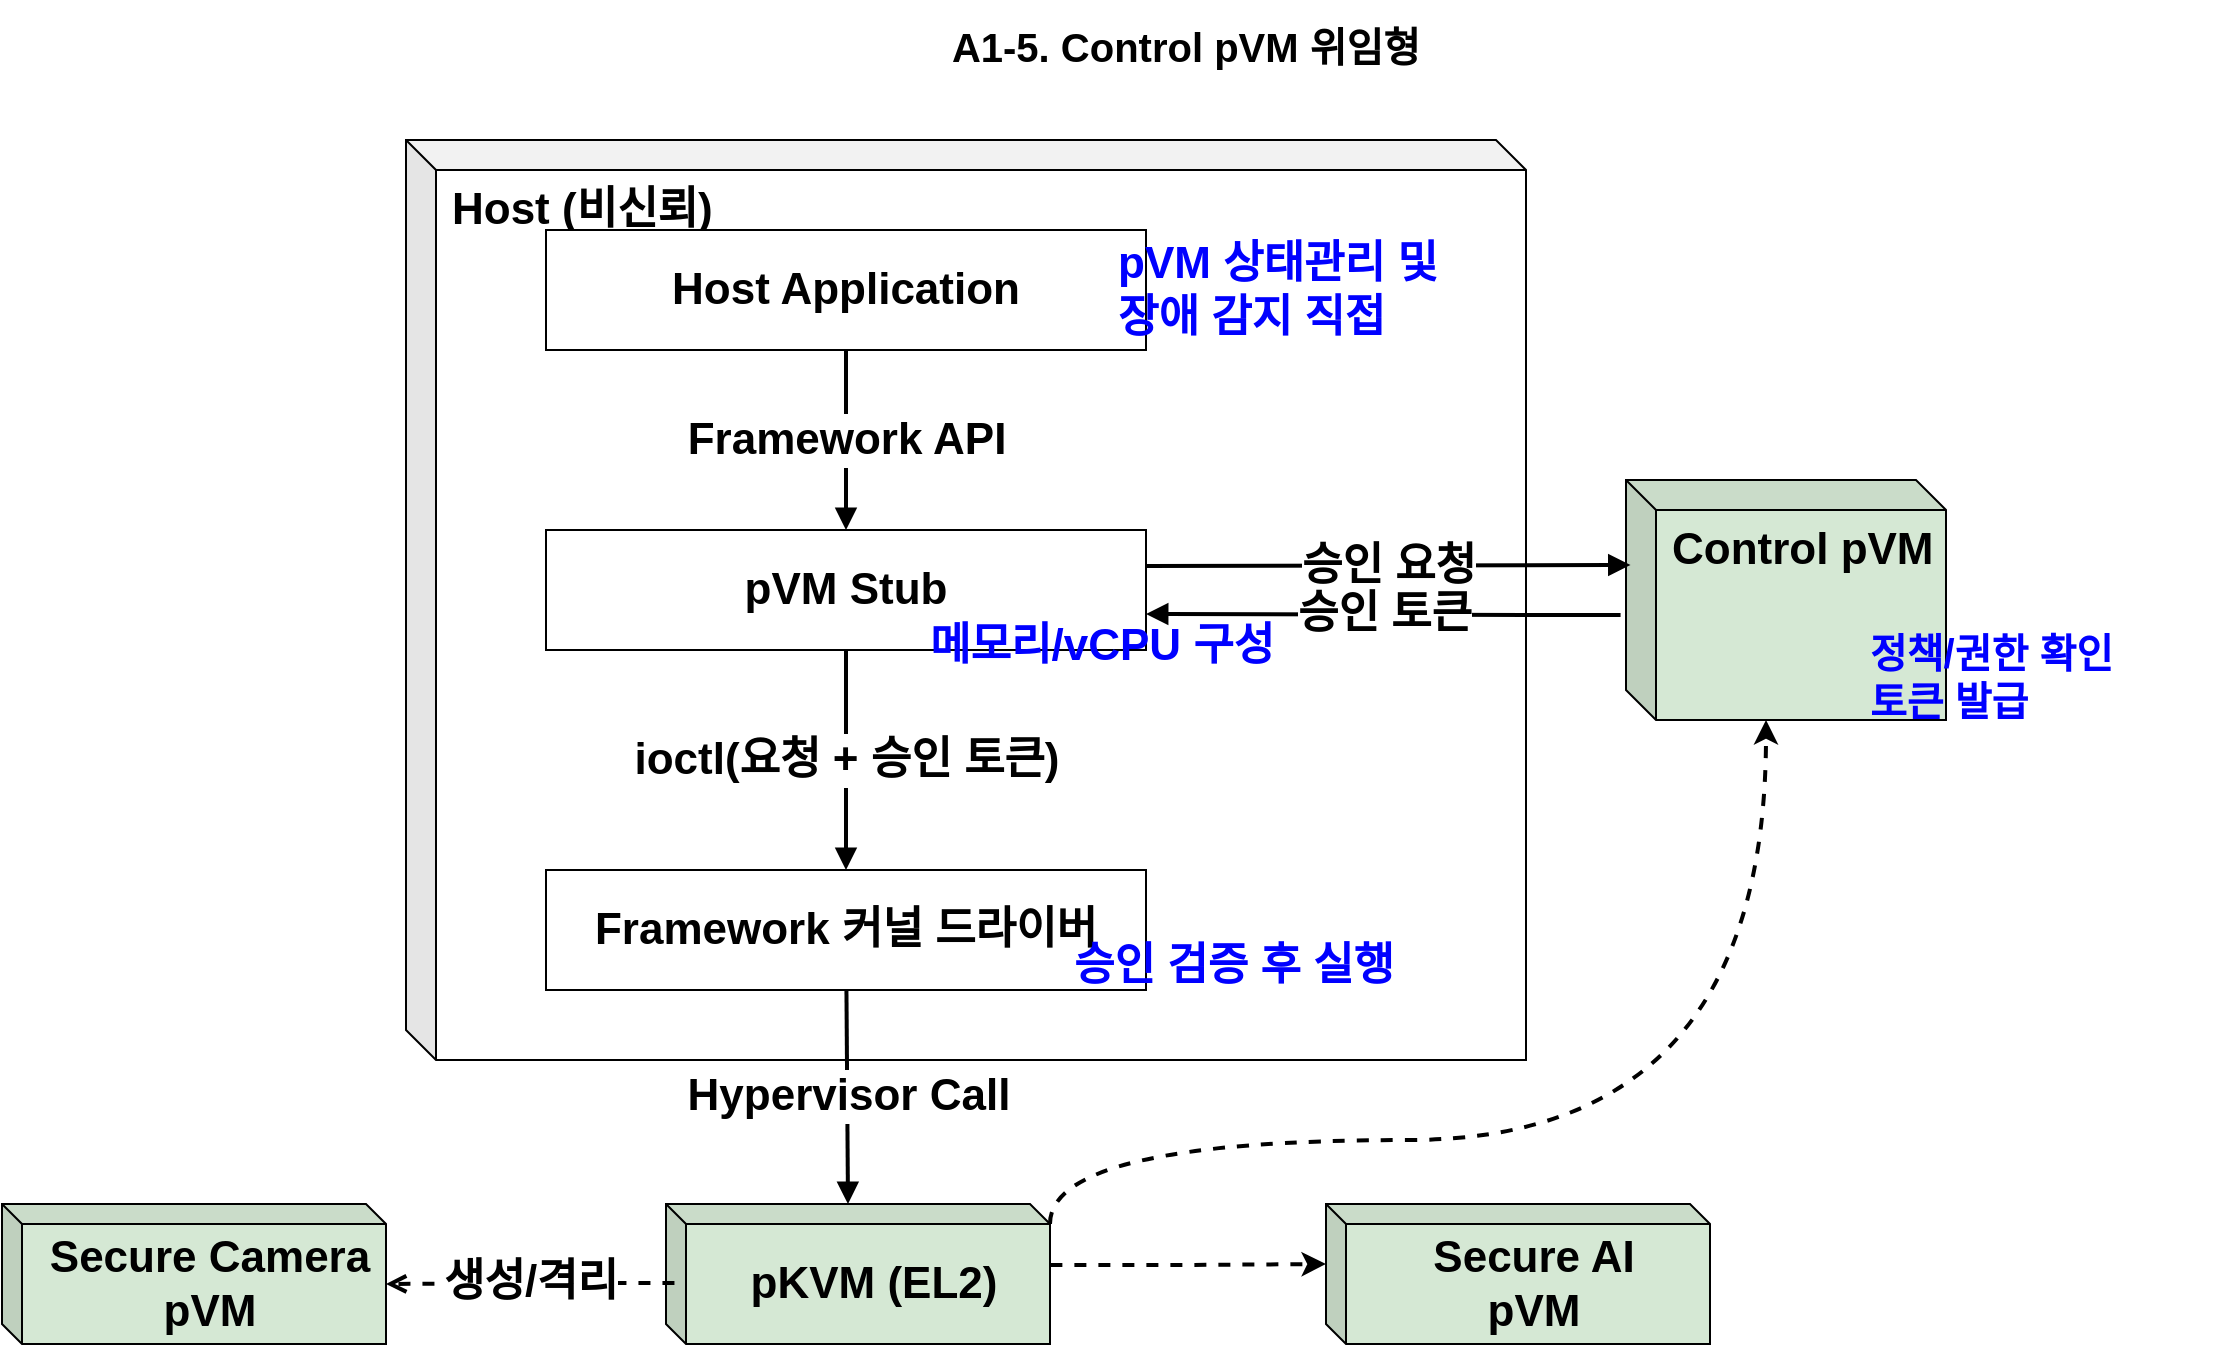
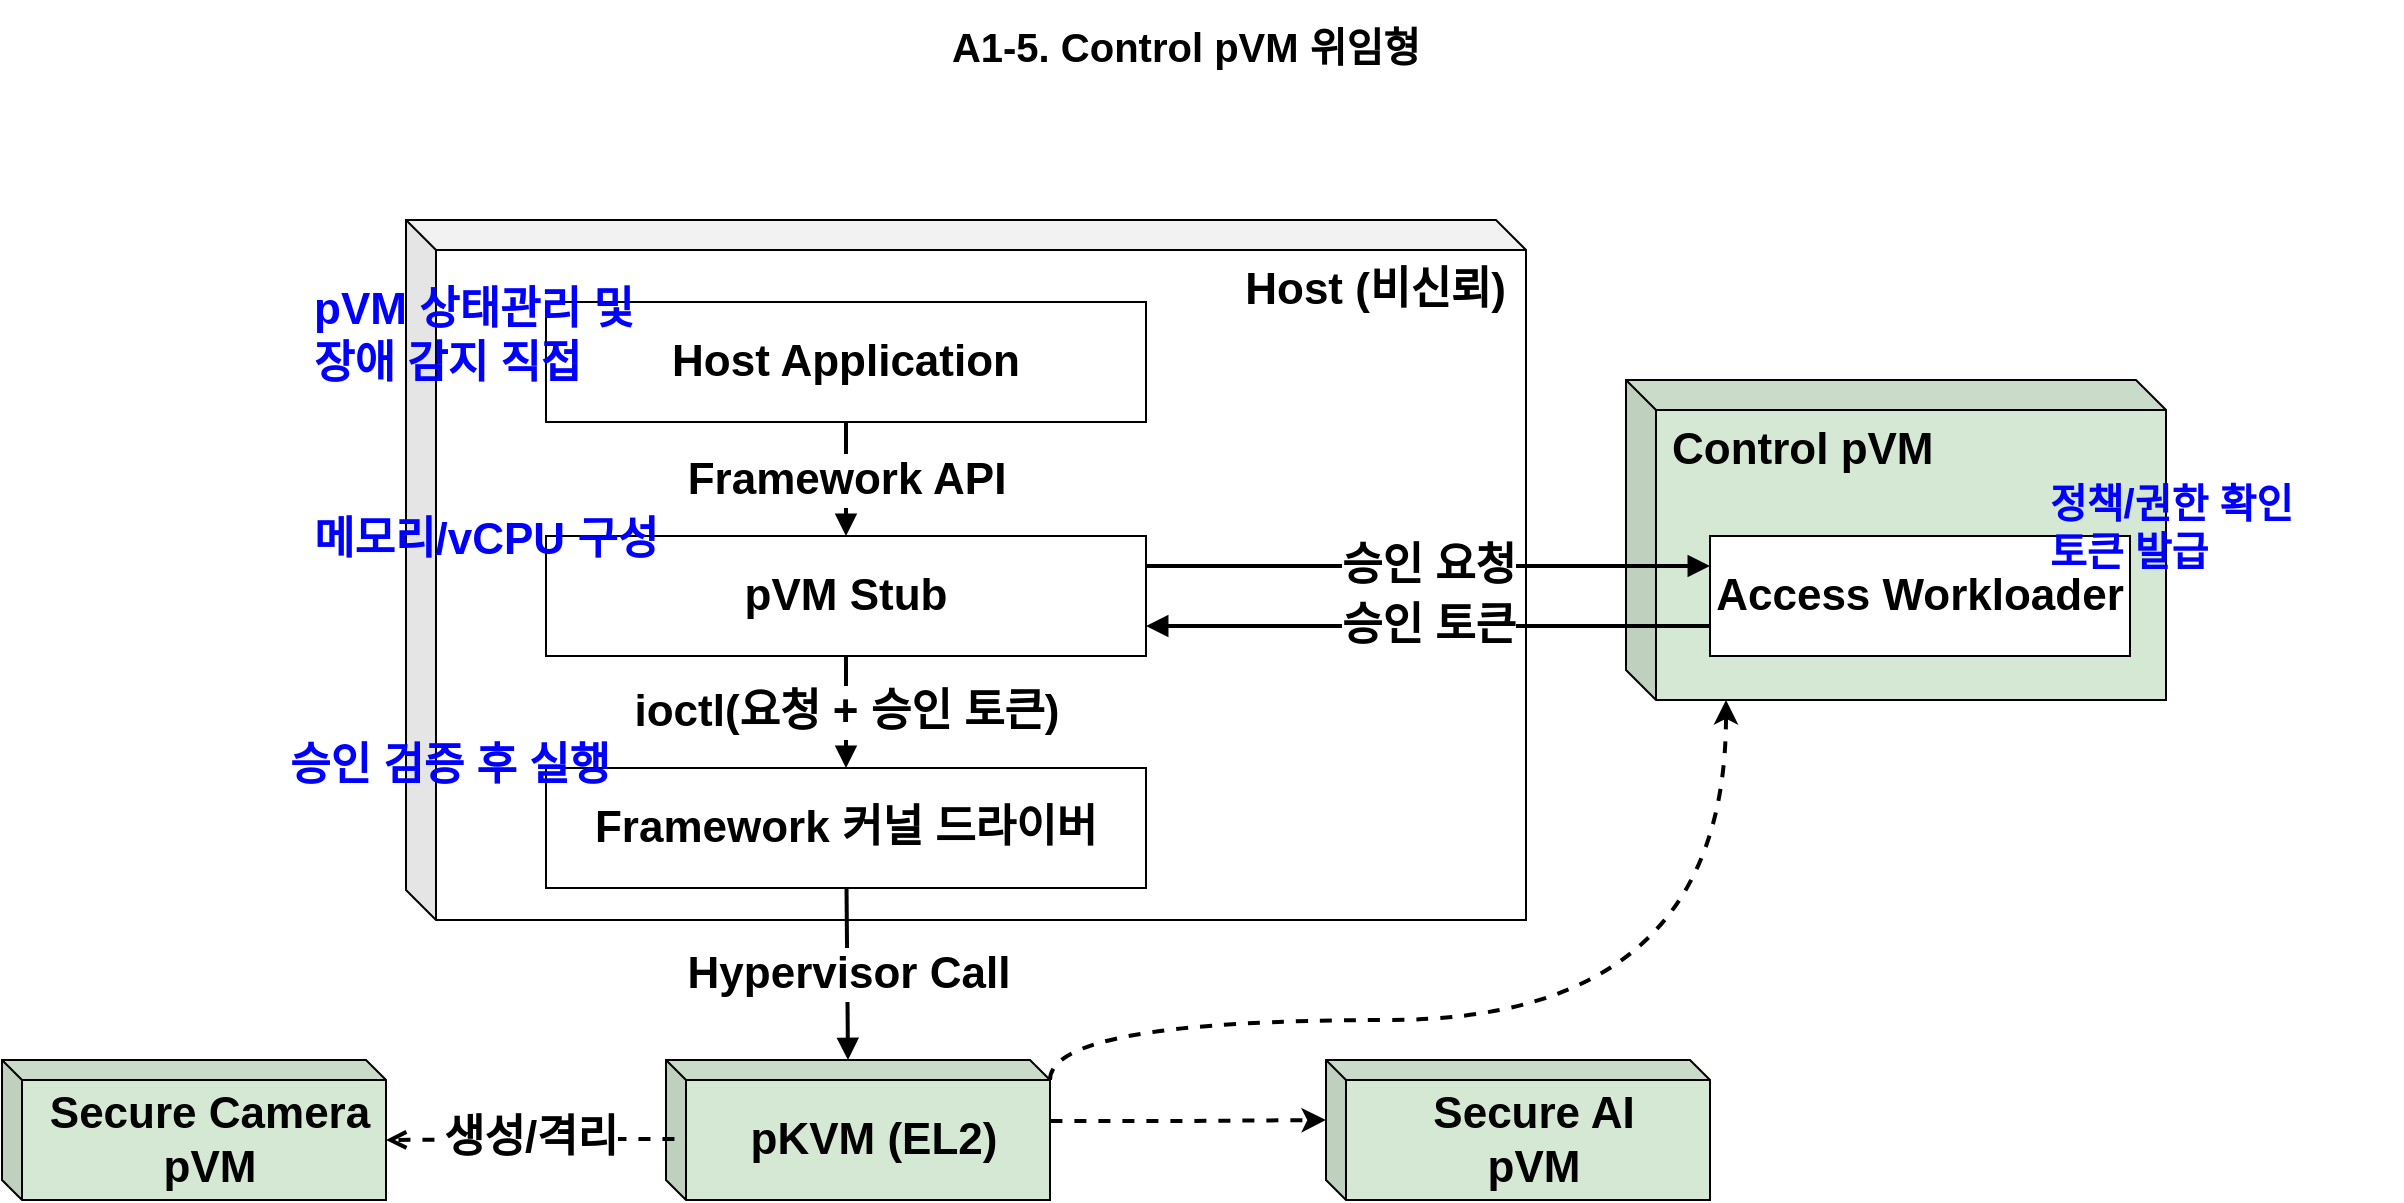
<mxfile host="Electron" agent="Claude">
  <diagram id="a1-5-control-pvm-delegated" name="A1-5">
-     <mxGraphModel dx="1529" dy="835" grid="1" gridSize="10" guides="1" tooltips="1" connect="1" arrows="1" fold="1" page="1" pageScale="1" pageWidth="1400" pageHeight="760" math="0" shadow="0">
+     <mxGraphModel dx="1765" dy="963" grid="1" gridSize="10" guides="1" tooltips="1" connect="1" arrows="1" fold="1" page="1" pageScale="1" pageWidth="1400" pageHeight="760" math="0" shadow="0">
      <root>
        <mxCell id="0" />
        <mxCell id="1" parent="0" />
        <mxCell id="Ye7JKqBr-37vAc1fCnnb-8" parent="1" style="shape=cube;whiteSpace=wrap;html=1;boundedLbl=1;backgroundOutline=1;darkOpacity=0.05;darkOpacity2=0.1;fontSize=22;fontStyle=1;verticalAlign=top;align=left;spacingLeft=6;size=15;fillColor=#d5e8d4;strokeColor=#000000;" value="&lt;span style=&quot;text-align: center;&quot;&gt;Control pVM&lt;/span&gt;" vertex="1">
-           <mxGeometry height="120" width="160" x="920" y="250" as="geometry" />
+           <mxGeometry height="160" width="270" x="920" y="200" as="geometry" />
        </mxCell>
-         <mxCell id="Ye7JKqBr-37vAc1fCnnb-2" parent="1" style="shape=cube;whiteSpace=wrap;html=1;boundedLbl=1;backgroundOutline=1;darkOpacity=0.05;darkOpacity2=0.1;fontSize=22;fontStyle=1;verticalAlign=top;align=left;spacingLeft=6;size=15;" value="Host (비신뢰)" vertex="1">
-           <mxGeometry height="460" width="560" x="310" y="80" as="geometry" />
+         <mxCell id="Ye7JKqBr-37vAc1fCnnb-2" parent="1" style="shape=cube;whiteSpace=wrap;html=1;boundedLbl=1;backgroundOutline=1;darkOpacity=0.05;darkOpacity2=0.1;fontSize=22;fontStyle=1;verticalAlign=top;align=right;spacingLeft=6;size=15;spacingRight=8;" value="Host (비신뢰)" vertex="1">
+           <mxGeometry height="350" width="560" x="310" y="120" as="geometry" />
        </mxCell>
        <mxCell id="title" parent="1" style="text;html=1;align=center;verticalAlign=middle;whiteSpace=wrap;rounded=0;fontSize=20;fontStyle=1" value="A1-5. Control pVM&amp;nbsp;위임형" vertex="1">
          <mxGeometry height="46" width="720" x="340" y="10" as="geometry" />
        </mxCell>
-         <mxCell id="e-stb-ctl" edge="1" parent="1" source="stb" style="endArrow=block;html=1;rounded=0;strokeWidth=2;exitX=1;exitY=0.3;exitDx=0;exitDy=0;fontSize=22;fontStyle=1;entryX=0.014;entryY=0.354;entryDx=0;entryDy=0;entryPerimeter=0;" target="Ye7JKqBr-37vAc1fCnnb-8" value="승인 요청">
+         <mxCell id="e-stb-ctl" edge="1" parent="1" source="stb" style="endArrow=block;html=1;rounded=0;strokeWidth=2;exitX=1;exitY=0.25;exitDx=0;exitDy=0;fontSize=22;fontStyle=1;entryX=0;entryY=0.25;entryDx=0;entryDy=0;" target="OSpBi8t2q2F988dYmPY--1" value="승인 요청">
          <mxGeometry relative="1" as="geometry" />
        </mxCell>
-         <mxCell id="e-ctl-stb" edge="1" parent="1" source="Ye7JKqBr-37vAc1fCnnb-8" style="endArrow=block;html=1;rounded=0;strokeWidth=2;exitX=-0.017;exitY=0.563;exitDx=0;exitDy=0;entryX=1;entryY=0.7;entryDx=0;entryDy=0;fontSize=22;fontStyle=1;exitPerimeter=0;" target="stb" value="승인 토큰">
+         <mxCell id="e-ctl-stb" edge="1" parent="1" source="OSpBi8t2q2F988dYmPY--1" style="endArrow=block;html=1;rounded=0;strokeWidth=2;exitX=0;exitY=0.75;exitDx=0;exitDy=0;entryX=1;entryY=0.75;entryDx=0;entryDy=0;fontSize=22;fontStyle=1;" target="stb" value="승인 토큰">
          <mxGeometry relative="1" as="geometry" />
        </mxCell>
        <mxCell id="e-drv-hv" edge="1" parent="1" source="drv" style="endArrow=block;html=1;rounded=0;strokeWidth=2;entryX=0;entryY=0;entryDx=91.00000000000001;entryDy=0;fontSize=22;entryPerimeter=0;fontStyle=1" target="Ye7JKqBr-37vAc1fCnnb-3" value="Hypervisor Call">
          <mxGeometry relative="1" as="geometry" />
        </mxCell>
        <mxCell id="app" parent="1" style="rounded=0;whiteSpace=wrap;html=1;fontSize=22;fontStyle=1" value="Host Application" vertex="1">
-           <mxGeometry height="60" width="300" x="380" y="125" as="geometry" />
+           <mxGeometry height="60" width="300" x="380" y="161" as="geometry" />
        </mxCell>
        <mxCell id="stb" parent="1" style="rounded=0;whiteSpace=wrap;html=1;fontSize=22;fontStyle=1" value="pVM Stub" vertex="1">
-           <mxGeometry height="60" width="300" x="380" y="275" as="geometry" />
+           <mxGeometry height="60" width="300" x="380" y="278" as="geometry" />
        </mxCell>
        <mxCell id="drv" parent="1" style="rounded=0;whiteSpace=wrap;html=1;fontSize=22;fontStyle=1" value="Framework 커널 드라이버" vertex="1">
-           <mxGeometry height="60" width="300" x="380" y="445" as="geometry" />
+           <mxGeometry height="60" width="300" x="380" y="394" as="geometry" />
        </mxCell>
        <mxCell id="e-app-stb" edge="1" parent="1" source="app" style="endArrow=block;html=1;rounded=0;strokeWidth=2;exitX=0.5;exitY=1;exitDx=0;exitDy=0;entryX=0.5;entryY=0;entryDx=0;entryDy=0;fontSize=22;fontStyle=1" target="stb" value="Framework API">
          <mxGeometry relative="1" as="geometry" />
        </mxCell>
        <mxCell id="e-stb-drv" edge="1" parent="1" source="stb" style="endArrow=block;html=1;rounded=0;strokeWidth=2;exitX=0.5;exitY=1;exitDx=0;exitDy=0;entryX=0.5;entryY=0;entryDx=0;entryDy=0;fontSize=22;fontStyle=1" target="drv" value="ioctl(요청 + 승인 토큰)">
          <mxGeometry relative="1" as="geometry" />
        </mxCell>
        <mxCell id="PK_bqP58mCpaWw2dbHiG-1" edge="1" parent="1" source="Ye7JKqBr-37vAc1fCnnb-3" style="edgeStyle=orthogonalEdgeStyle;rounded=0;orthogonalLoop=1;jettySize=auto;html=1;dashed=1;exitX=0;exitY=0;exitDx=192;exitDy=10;exitPerimeter=0;strokeColor=default;strokeWidth=2;align=center;verticalAlign=middle;fontFamily=Helvetica;fontSize=22;fontColor=default;fontStyle=1;labelBackgroundColor=default;endArrow=classic;curved=1;endFill=1;" target="Ye7JKqBr-37vAc1fCnnb-8">
          <mxGeometry relative="1" as="geometry">
            <Array as="points">
-               <mxPoint x="632" y="580" />
-               <mxPoint x="990" y="580" />
+               <mxPoint x="632" y="520" />
+               <mxPoint x="970" y="520" />
            </Array>
          </mxGeometry>
        </mxCell>
        <mxCell id="Ye7JKqBr-37vAc1fCnnb-3" parent="1" style="shape=cube;whiteSpace=wrap;html=1;boundedLbl=1;backgroundOutline=1;darkOpacity=0.05;darkOpacity2=0.1;fontSize=22;fontStyle=1;verticalAlign=middle;align=center;spacingLeft=6;size=10;fillColor=#d5e8d4;strokeColor=#000000;" value="pKVM (EL2)" vertex="1">
-           <mxGeometry height="70" width="192" x="440" y="612" as="geometry" />
+           <mxGeometry height="70" width="192" x="440" y="540" as="geometry" />
        </mxCell>
        <mxCell id="Ye7JKqBr-37vAc1fCnnb-4" edge="1" parent="1" source="Ye7JKqBr-37vAc1fCnnb-3" style="endArrow=open;html=1;rounded=0;dashed=1;strokeWidth=2;exitX=0.022;exitY=0.564;exitDx=0;exitDy=0;entryX=0;entryY=0;entryDx=192.00000000000003;entryDy=40;fontSize=22;fontStyle=1;entryPerimeter=0;edgeStyle=orthogonalEdgeStyle;exitPerimeter=0;labelBackgroundColor=default;" target="Ye7JKqBr-37vAc1fCnnb-6" value="&lt;span style=&quot;color: rgb(0, 0, 0); font-family: Helvetica; font-style: normal; font-variant-ligatures: normal; font-variant-caps: normal; letter-spacing: normal; orphans: 2; text-align: center; text-indent: 0px; text-transform: none; widows: 2; word-spacing: 0px; -webkit-text-stroke-width: 0px; white-space: nowrap; text-decoration-thickness: initial; text-decoration-style: initial; text-decoration-color: initial; float: none; display: inline !important;&quot;&gt;생성/격리&lt;/span&gt;">
          <mxGeometry relative="1" as="geometry" />
        </mxCell>
        <mxCell id="Ye7JKqBr-37vAc1fCnnb-5" edge="1" parent="1" source="Ye7JKqBr-37vAc1fCnnb-3" style="endArrow=classic;html=1;rounded=0;dashed=1;strokeWidth=2;exitX=1.001;exitY=0.436;exitDx=0;exitDy=0;entryX=0;entryY=0;entryDx=0;entryDy=30;fontSize=22;fontStyle=1;entryPerimeter=0;edgeStyle=orthogonalEdgeStyle;exitPerimeter=0;endFill=1;" target="Ye7JKqBr-37vAc1fCnnb-7" value="">
          <mxGeometry relative="1" as="geometry" />
        </mxCell>
        <mxCell id="Ye7JKqBr-37vAc1fCnnb-6" parent="1" style="shape=cube;whiteSpace=wrap;html=1;boundedLbl=1;backgroundOutline=1;darkOpacity=0.05;darkOpacity2=0.1;fontSize=22;fontStyle=1;verticalAlign=middle;align=center;spacingLeft=6;size=10;fillColor=#d5e8d4;strokeColor=#000000;" value="Secure Camera&lt;div&gt;pVM&lt;/div&gt;" vertex="1">
-           <mxGeometry height="70" width="192" x="108" y="612" as="geometry" />
+           <mxGeometry height="70" width="192" x="108" y="540" as="geometry" />
        </mxCell>
        <mxCell id="Ye7JKqBr-37vAc1fCnnb-7" parent="1" style="shape=cube;whiteSpace=wrap;html=1;boundedLbl=1;backgroundOutline=1;darkOpacity=0.05;darkOpacity2=0.1;fontSize=22;fontStyle=1;verticalAlign=middle;align=center;spacingLeft=6;size=10;fillColor=#d5e8d4;strokeColor=#000000;" value="Secure AI&lt;div&gt;pVM&lt;/div&gt;" vertex="1">
-           <mxGeometry height="70" width="192" x="770" y="612" as="geometry" />
+           <mxGeometry height="70" width="192" x="770" y="540" as="geometry" />
        </mxCell>
        <mxCell id="Ye7JKqBr-37vAc1fCnnb-10" parent="1" style="text;html=1;whiteSpace=wrap;strokeColor=none;fillColor=none;align=left;verticalAlign=middle;rounded=0;fontColor=#0000FF;fontSize=22;fontStyle=1" value="승인 검증 후 실행" vertex="1">
-           <mxGeometry height="45" width="178" x="642" y="470" as="geometry" />
+           <mxGeometry height="45" width="178" x="250" y="370" as="geometry" />
+         </mxCell>
+         <mxCell id="Ye7JKqBr-37vAc1fCnnb-12" parent="1" style="text;html=1;whiteSpace=wrap;strokeColor=none;fillColor=none;align=left;verticalAlign=middle;rounded=0;fontColor=#0000FF;fontSize=22;fontStyle=1" value="메모리/vCPU 구성" vertex="1">
+           <mxGeometry height="45" width="178" x="262" y="257.5" as="geometry" />
+         </mxCell>
+         <mxCell id="Ye7JKqBr-37vAc1fCnnb-13" parent="1" style="text;html=1;whiteSpace=wrap;strokeColor=none;fillColor=none;align=left;verticalAlign=middle;rounded=0;fontColor=#0000FF;fontSize=22;fontStyle=1" value="pVM 상태관리 및&lt;div&gt;장애 감지 직접&lt;/div&gt;" vertex="1">
+           <mxGeometry height="45" width="178" x="262" y="155" as="geometry" />
+         </mxCell>
+         <mxCell id="OSpBi8t2q2F988dYmPY--1" parent="1" style="rounded=0;whiteSpace=wrap;html=1;fontSize=22;fontStyle=1" value="Access Workloader" vertex="1">
+           <mxGeometry height="60" width="210" x="962" y="278" as="geometry" />
        </mxCell>
        <mxCell id="Ye7JKqBr-37vAc1fCnnb-11" parent="1" style="text;html=1;whiteSpace=wrap;strokeColor=none;fillColor=none;align=left;verticalAlign=middle;rounded=0;fontColor=#0000FF;fontSize=20;fontStyle=1" value="&lt;font style=&quot;color: rgb(0, 0, 255);&quot;&gt;&lt;span style=&quot;text-align: center;&quot;&gt;정책/권한 확인&lt;/span&gt;&lt;/font&gt;&lt;div&gt;&lt;font style=&quot;color: rgb(0, 0, 255);&quot;&gt;&lt;span style=&quot;text-align: center;&quot;&gt;토큰 발급&lt;/span&gt;&lt;/font&gt;&lt;/div&gt;" vertex="1">
-           <mxGeometry height="45" width="178" x="1040" y="325" as="geometry" />
-         </mxCell>
-         <mxCell id="Ye7JKqBr-37vAc1fCnnb-12" parent="1" style="text;html=1;whiteSpace=wrap;strokeColor=none;fillColor=none;align=left;verticalAlign=middle;rounded=0;fontColor=#0000FF;fontSize=22;fontStyle=1" value="메모리/vCPU 구성" vertex="1">
-           <mxGeometry height="45" width="178" x="570" y="310" as="geometry" />
-         </mxCell>
-         <mxCell id="Ye7JKqBr-37vAc1fCnnb-13" parent="1" style="text;html=1;whiteSpace=wrap;strokeColor=none;fillColor=none;align=left;verticalAlign=middle;rounded=0;fontColor=#0000FF;fontSize=22;fontStyle=1" value="pVM 상태관리 및&lt;div&gt;장애 감지 직접&lt;/div&gt;" vertex="1">
-           <mxGeometry height="45" width="178" x="664" y="132.5" as="geometry" />
+           <mxGeometry height="45" width="178" x="1130" y="250" as="geometry" />
        </mxCell>
      </root>
    </mxGraphModel>
  </diagram>
</mxfile>
